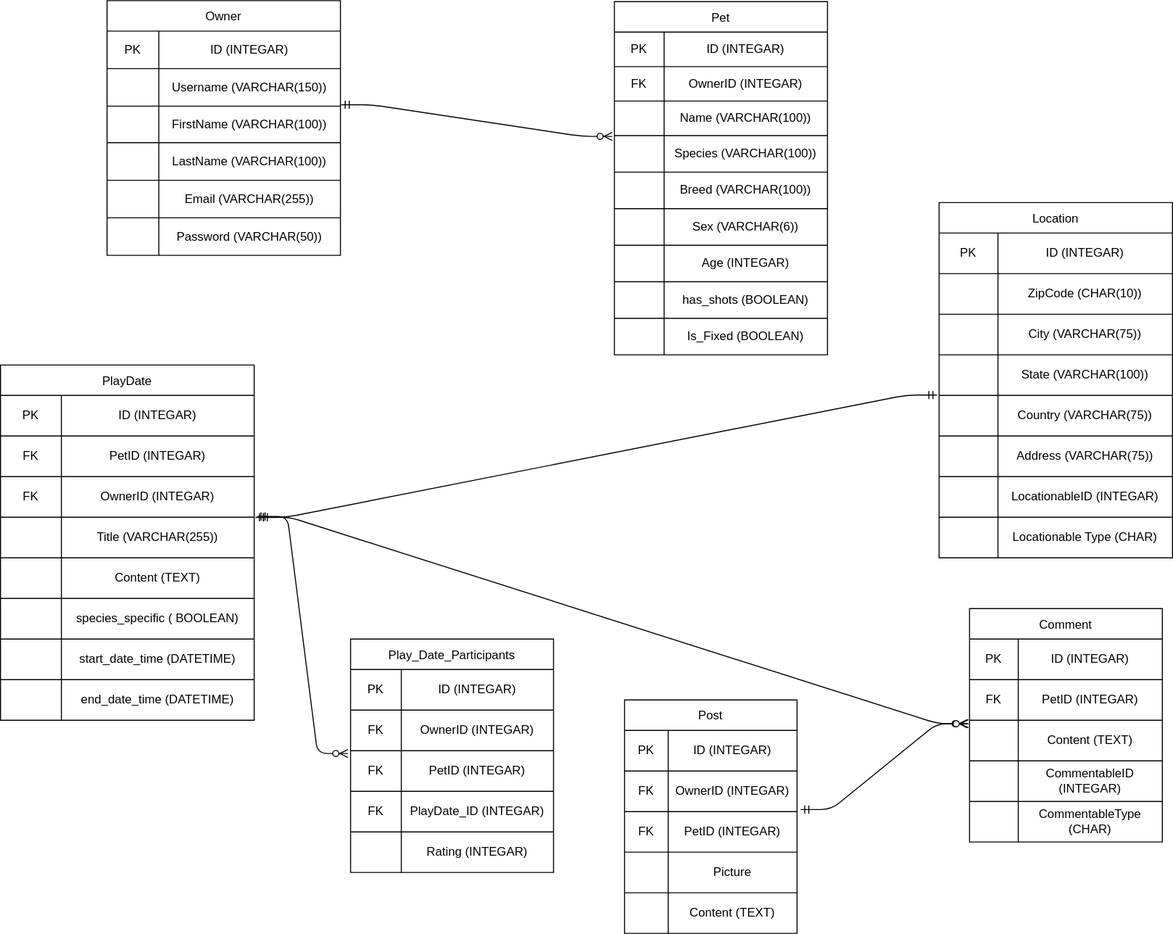
This is project.drawio.svg from Topaz712/pet_project_erd, a draw.io export, as it was before one commit. Source tidied: cells renumbered, new cells last; positions are measured from the earlier drawing's top-left corner, leaving out a move shared by most shapes.
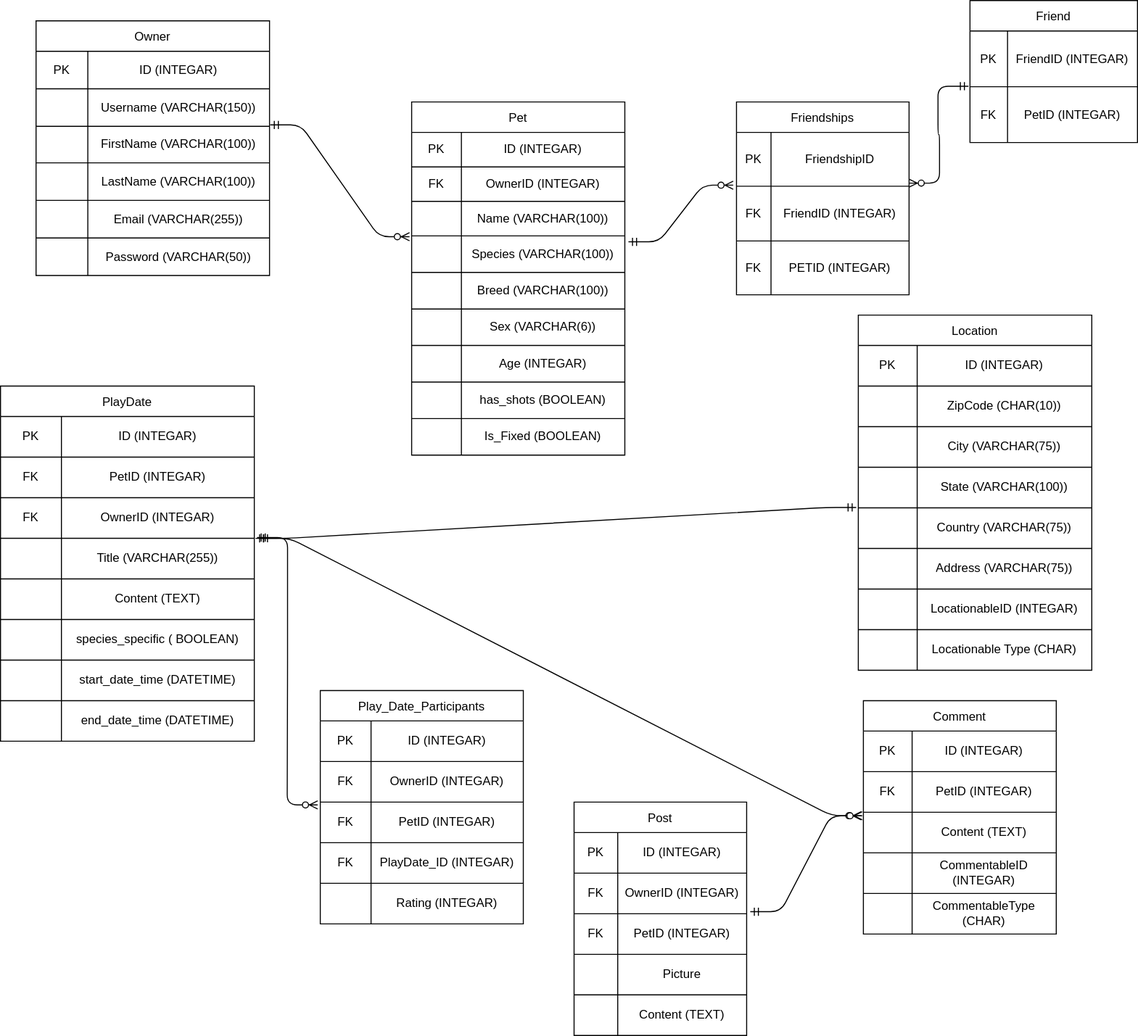
After the change.

Commit message:
added friend/friendships table

Diff of the diagram source:
```diff
@@ -3,7 +3,7 @@
     <mxCell id="0" />
     <mxCell id="1" parent="0" />
     <mxCell id="2" value="Owner" style="shape=table;startSize=30;" parent="1" vertex="1">
-      <mxGeometry x="105" width="230" height="251" as="geometry" />
+      <mxGeometry x="35" y="-1" width="230" height="251" as="geometry" />
     </mxCell>
     <mxCell id="3" style="shape=tableRow;horizontal=0;startSize=0;swimlaneHead=0;swimlaneBody=0;top=0;left=0;bottom=0;right=0;fillColor=none;" parent="2" vertex="1">
       <mxGeometry y="30" width="230" height="37" as="geometry" />
@@ -60,7 +60,7 @@
       <mxGeometry x="51" width="179" height="37" as="geometry" />
     </mxCell>
     <mxCell id="21" value="Pet" style="shape=table;startSize=30;" parent="1" vertex="1">
-      <mxGeometry x="605" y="1" width="210" height="348" as="geometry" />
+      <mxGeometry x="405" y="79" width="210" height="348" as="geometry" />
     </mxCell>
     <mxCell id="22" style="shape=tableRow;horizontal=0;startSize=0;swimlaneHead=0;swimlaneBody=0;top=0;left=0;bottom=0;right=0;fillColor=none;" parent="21" vertex="1">
       <mxGeometry y="30" width="210" height="34" as="geometry" />
@@ -144,7 +144,7 @@
       <mxGeometry x="49" width="161" height="36" as="geometry" />
     </mxCell>
     <mxCell id="49" value="Play_Date_Participants" style="shape=table;startSize=30;" parent="1" vertex="1">
-      <mxGeometry x="345" y="629" width="200" height="230" as="geometry" />
+      <mxGeometry x="315" y="659" width="200" height="230" as="geometry" />
     </mxCell>
     <mxCell id="50" style="shape=tableRow;horizontal=0;startSize=0;swimlaneHead=0;swimlaneBody=0;top=0;left=0;bottom=0;right=0;fillColor=none;" parent="49" vertex="1">
       <mxGeometry y="30" width="200" height="40" as="geometry" />
@@ -192,7 +192,7 @@
       <mxGeometry x="50" width="150" height="40" as="geometry" />
     </mxCell>
     <mxCell id="65" value="Comment" style="shape=table;startSize=30;" parent="1" vertex="1">
-      <mxGeometry x="955" y="599" width="190" height="230" as="geometry" />
+      <mxGeometry x="850" y="669" width="190" height="230" as="geometry" />
     </mxCell>
     <mxCell id="66" style="shape=tableRow;horizontal=0;startSize=0;swimlaneHead=0;swimlaneBody=0;top=0;left=0;bottom=0;right=0;fillColor=none;" parent="65" vertex="1">
       <mxGeometry y="30" width="190" height="40" as="geometry" />
@@ -240,7 +240,7 @@
       <mxGeometry x="48" width="142" height="40" as="geometry" />
     </mxCell>
     <mxCell id="81" value="Post" style="shape=table;startSize=30;" parent="1" vertex="1">
-      <mxGeometry x="615" y="689" width="170" height="230" as="geometry" />
+      <mxGeometry x="565" y="769" width="170" height="230" as="geometry" />
     </mxCell>
     <mxCell id="82" style="shape=tableRow;horizontal=0;startSize=0;swimlaneHead=0;swimlaneBody=0;top=0;left=0;bottom=0;right=0;fillColor=none;" parent="81" vertex="1">
       <mxGeometry y="30" width="170" height="40" as="geometry" />
@@ -363,7 +363,7 @@
       <mxGeometry x="60" width="190" height="40" as="geometry" />
     </mxCell>
     <mxCell id="122" value="Location" style="shape=table;startSize=30;" parent="1" vertex="1">
-      <mxGeometry x="925" y="199" width="230" height="350" as="geometry" />
+      <mxGeometry x="845" y="289" width="230" height="350" as="geometry" />
     </mxCell>
     <mxCell id="123" style="shape=tableRow;horizontal=0;startSize=0;swimlaneHead=0;swimlaneBody=0;top=0;left=0;bottom=0;right=0;fillColor=none;" parent="122" vertex="1">
       <mxGeometry y="30" width="230" height="40" as="geometry" />
@@ -452,5 +452,62 @@
     <mxCell id="151" style="edgeStyle=entityRelationEdgeStyle;fontSize=12;html=1;endArrow=ERmandOne;startArrow=ERmandOne;entryX=-0.009;entryY=-0.01;entryDx=0;entryDy=0;entryPerimeter=0;exitX=1.005;exitY=0.003;exitDx=0;exitDy=0;exitPerimeter=0;" parent="1" edge="1" source="107" target="135">
       <mxGeometry relative="1" as="geometry" />
     </mxCell>
+    <mxCell id="152" value="Friend" style="shape=table;startSize=30;" parent="1" vertex="1">
+      <mxGeometry x="955" y="-21" width="165" height="140" as="geometry" />
+    </mxCell>
+    <mxCell id="153" style="shape=tableRow;horizontal=0;startSize=0;swimlaneHead=0;swimlaneBody=0;top=0;left=0;bottom=0;right=0;fillColor=none;points=[[0,0.5],[1,0.5]];portConstraint=eastwest;" parent="152" vertex="1">
+      <mxGeometry y="30" width="165" height="55" as="geometry" />
+    </mxCell>
+    <mxCell id="154" value="PK" style="shape=partialRectangle;html=1;whiteSpace=wrap;overflow=hidden;fillColor=none;top=0;left=0;bottom=0;right=0;" parent="153" vertex="1">
+      <mxGeometry width="37" height="55" as="geometry" />
+    </mxCell>
+    <mxCell id="155" value="FriendID (INTEGAR)" style="shape=partialRectangle;html=1;whiteSpace=wrap;overflow=hidden;fillColor=none;top=0;left=0;bottom=0;right=0;" parent="153" vertex="1">
+      <mxGeometry x="37" width="128" height="55" as="geometry" />
+    </mxCell>
+    <mxCell id="156" style="shape=tableRow;horizontal=0;startSize=0;swimlaneHead=0;swimlaneBody=0;top=0;left=0;bottom=0;right=0;fillColor=none;" parent="152" vertex="1">
+      <mxGeometry y="85" width="165" height="55" as="geometry" />
+    </mxCell>
+    <mxCell id="157" value="FK" style="shape=partialRectangle;html=1;whiteSpace=wrap;overflow=hidden;fillColor=none;top=0;left=0;bottom=0;right=0;" parent="156" vertex="1">
+      <mxGeometry width="37" height="55" as="geometry" />
+    </mxCell>
+    <mxCell id="158" value="PetID (INTEGAR)" style="shape=partialRectangle;html=1;whiteSpace=wrap;overflow=hidden;fillColor=none;top=0;left=0;bottom=0;right=0;" parent="156" vertex="1">
+      <mxGeometry x="37" width="128" height="55" as="geometry" />
+    </mxCell>
+    <mxCell id="159" value="Friendships" style="shape=table;startSize=30;" parent="1" vertex="1">
+      <mxGeometry x="725" y="79" width="170" height="190" as="geometry" />
+    </mxCell>
+    <mxCell id="160" style="shape=tableRow;horizontal=0;startSize=0;swimlaneHead=0;swimlaneBody=0;top=0;left=0;bottom=0;right=0;fillColor=none;points=[[0,0.5],[1,0.5]];portConstraint=eastwest;" parent="159" vertex="1">
+      <mxGeometry y="30" width="170" height="53" as="geometry" />
+    </mxCell>
+    <mxCell id="161" value="PK" style="shape=partialRectangle;html=1;whiteSpace=wrap;overflow=hidden;fillColor=none;top=0;left=0;bottom=0;right=0;" parent="160" vertex="1">
+      <mxGeometry width="34" height="53" as="geometry" />
+    </mxCell>
+    <mxCell id="162" value="FriendshipID" style="shape=partialRectangle;html=1;whiteSpace=wrap;overflow=hidden;fillColor=none;top=0;left=0;bottom=0;right=0;" parent="160" vertex="1">
+      <mxGeometry x="34" width="136" height="53" as="geometry" />
+    </mxCell>
+    <mxCell id="163" style="shape=tableRow;horizontal=0;startSize=0;swimlaneHead=0;swimlaneBody=0;top=0;left=0;bottom=0;right=0;fillColor=none;" parent="159" vertex="1">
+      <mxGeometry y="83" width="170" height="54" as="geometry" />
+    </mxCell>
+    <mxCell id="164" value="FK" style="shape=partialRectangle;html=1;whiteSpace=wrap;overflow=hidden;fillColor=none;top=0;left=0;bottom=0;right=0;" parent="163" vertex="1">
+      <mxGeometry width="34" height="54" as="geometry" />
+    </mxCell>
+    <mxCell id="165" value="FriendID (INTEGAR)" style="shape=partialRectangle;html=1;whiteSpace=wrap;overflow=hidden;fillColor=none;top=0;left=0;bottom=0;right=0;" parent="163" vertex="1">
+      <mxGeometry x="34" width="136" height="54" as="geometry" />
+    </mxCell>
+    <mxCell id="166" style="shape=tableRow;horizontal=0;startSize=0;swimlaneHead=0;swimlaneBody=0;top=0;left=0;bottom=0;right=0;fillColor=none;" parent="159" vertex="1">
+      <mxGeometry y="137" width="170" height="53" as="geometry" />
+    </mxCell>
+    <mxCell id="167" value="FK" style="shape=partialRectangle;html=1;whiteSpace=wrap;overflow=hidden;fillColor=none;top=0;left=0;bottom=0;right=0;" parent="166" vertex="1">
+      <mxGeometry width="34" height="53" as="geometry" />
+    </mxCell>
+    <mxCell id="168" value="PETID (INTEGAR)" style="shape=partialRectangle;html=1;whiteSpace=wrap;overflow=hidden;fillColor=none;top=0;left=0;bottom=0;right=0;" parent="166" vertex="1">
+      <mxGeometry x="34" width="136" height="53" as="geometry" />
+    </mxCell>
+    <mxCell id="169" style="edgeStyle=entityRelationEdgeStyle;fontSize=12;html=1;endArrow=ERzeroToMany;startArrow=ERmandOne;exitX=1.017;exitY=0.162;exitDx=0;exitDy=0;exitPerimeter=0;entryX=-0.019;entryY=0.981;entryDx=0;entryDy=0;entryPerimeter=0;" parent="1" edge="1" source="31" target="160">
+      <mxGeometry relative="1" as="geometry" />
+    </mxCell>
+    <mxCell id="170" style="edgeStyle=entityRelationEdgeStyle;fontSize=12;html=1;endArrow=ERzeroToMany;startArrow=ERmandOne;entryX=1;entryY=0.943;entryDx=0;entryDy=0;entryPerimeter=0;exitX=-0.009;exitY=0.991;exitDx=0;exitDy=0;exitPerimeter=0;" parent="1" edge="1" source="153" target="160">
+      <mxGeometry relative="1" as="geometry" />
+    </mxCell>
   </root>
 </mxGraphModel>
```
